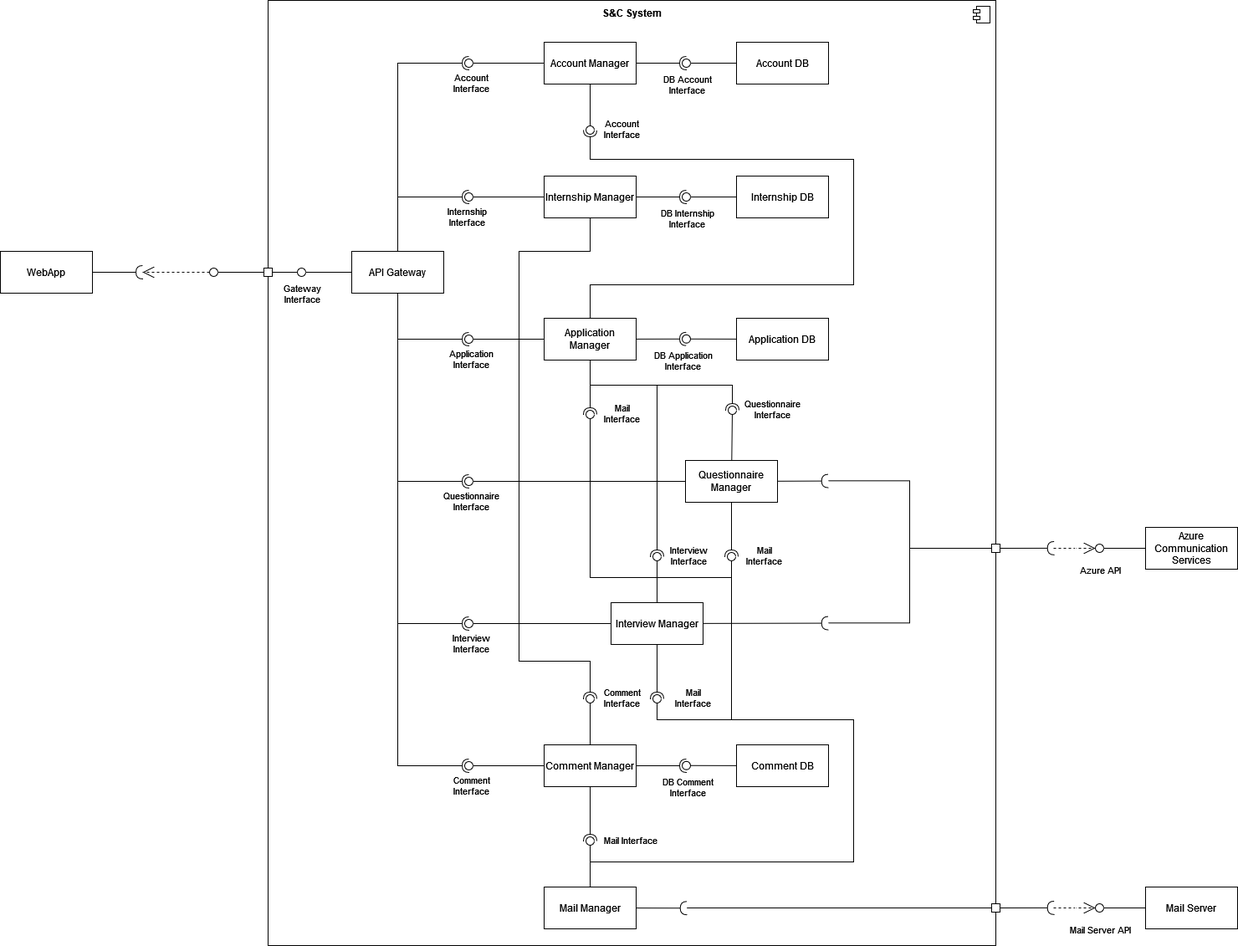
Before: wip/Figures/Component_Diagram.png, a diagram exported from draw.io (ale-polimi/soft-eng-2-Travaini). Source tidied: cells renumbered, new cells last; positions are measured from the earlier drawing's top-left corner, leaving out a move shared by most shapes.
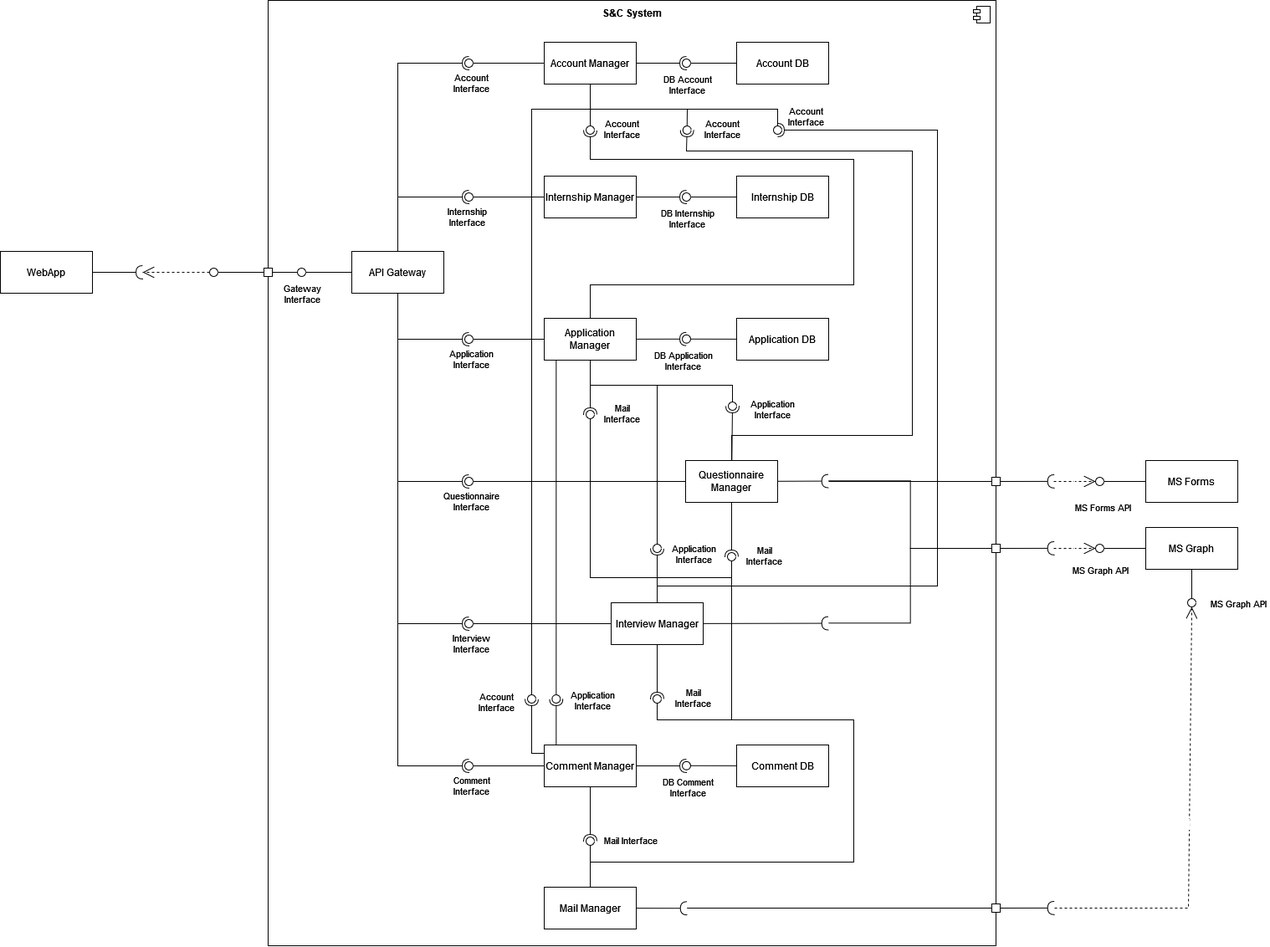
Later version of the same file.

Diff of the diagram source:
```diff
@@ -236,9 +236,6 @@
         <mxPoint x="2" y="-2" as="offset" />
       </mxGeometry>
     </mxCell>
-    <mxCell id="61" value="Mail Server" style="html=1;whiteSpace=wrap;" parent="1" vertex="1">
-      <mxGeometry x="1369" y="1060" width="110" height="50" as="geometry" />
-    </mxCell>
     <mxCell id="62" style="rounded=0;jettySize=auto;html=1;endArrow=none;endFill=0;sketch=0;sourcePerimeterSpacing=0;targetPerimeterSpacing=0;endSize=10;" parent="1" edge="1" source="64">
       <mxGeometry relative="1" as="geometry">
         <mxPoint x="820.7" y="1085" as="targetPoint" />
@@ -257,22 +254,16 @@
         <mxPoint x="1259.7" y="1084.9" as="targetPoint" />
       </mxGeometry>
     </mxCell>
-    <mxCell id="66" style="rounded=0;jettySize=auto;html=1;endArrow=oval;endFill=0;sketch=0;sourcePerimeterSpacing=0;targetPerimeterSpacing=0;endSize=10;" parent="1" edge="1" source="61" target="67">
-      <mxGeometry relative="1" as="geometry" />
-    </mxCell>
-    <mxCell id="67" style="ellipse;whiteSpace=wrap;html=1;align=center;fillColor=none;strokeColor=none;perimeter=centerPerimeter;points=[];outlineConnect=1;" parent="1" vertex="1">
-      <mxGeometry x="1309" y="1080" width="10" height="10" as="geometry" />
-    </mxCell>
-    <mxCell id="68" value="&lt;div&gt;&lt;br&gt;&lt;/div&gt;" style="endArrow=open;endSize=12;dashed=1;html=1;rounded=0;" parent="1" edge="1">
+    <mxCell id="68" value="&lt;div&gt;&lt;br&gt;&lt;/div&gt;" style="endArrow=open;endSize=12;dashed=1;html=1;rounded=0;entryX=0.537;entryY=0.976;entryDx=0;entryDy=0;entryPerimeter=0;" parent="1" edge="1">
       <mxGeometry relative="1" as="geometry">
-        <mxPoint x="1259" y="1085" as="sourcePoint" />
-        <mxPoint x="1309" y="1085" as="targetPoint" />
+        <mxPoint x="1260" y="1085" as="sourcePoint" />
+        <mxPoint x="1424" y="725" as="targetPoint" />
+        <Array as="points">
+          <mxPoint x="1420" y="1085" />
+        </Array>
       </mxGeometry>
     </mxCell>
-    <mxCell id="69" value="Mail Server API" style="edgeLabel;html=1;align=center;verticalAlign=middle;" parent="1" vertex="1">
-      <mxGeometry x="1314" y="1110" as="geometry" />
-    </mxCell>
-    <mxCell id="70" value="Azure Communication Services" style="html=1;whiteSpace=wrap;" parent="1" vertex="1">
+    <mxCell id="70" value="MS Graph" style="html=1;whiteSpace=wrap;" parent="1" vertex="1">
       <mxGeometry x="1369" y="630" width="110" height="50" as="geometry" />
     </mxCell>
     <mxCell id="71" style="whiteSpace=wrap;html=1;" parent="1" vertex="1">
@@ -295,7 +286,7 @@
         <mxPoint x="1309" y="655" as="targetPoint" />
       </mxGeometry>
     </mxCell>
-    <mxCell id="76" value="Azure API" style="edgeLabel;html=1;align=center;verticalAlign=middle;" parent="1" vertex="1">
+    <mxCell id="76" value="MS Graph API" style="edgeLabel;html=1;align=center;verticalAlign=middle;" parent="1" vertex="1">
       <mxGeometry x="1314" y="680" as="geometry" />
     </mxCell>
     <mxCell id="77" style="rounded=0;jettySize=auto;html=1;endArrow=none;endFill=0;sketch=0;sourcePerimeterSpacing=0;targetPerimeterSpacing=0;endSize=10;exitX=0;exitY=0.5;exitDx=0;exitDy=0;edgeStyle=elbowEdgeStyle;" parent="1" edge="1" source="71">
@@ -318,66 +309,25 @@
         <mxPoint x="989.7" y="744.6" as="targetPoint" />
       </mxGeometry>
     </mxCell>
-    <mxCell id="81" style="rounded=0;jettySize=auto;html=1;endArrow=halfCircle;endFill=0;endSize=6;strokeWidth=1;sketch=0;" parent="1" edge="1" source="10" target="83">
-      <mxGeometry relative="1" as="geometry">
-        <Array as="points">
-          <mxPoint x="705" y="460" />
-          <mxPoint x="875" y="460" />
-        </Array>
-      </mxGeometry>
-    </mxCell>
-    <mxCell id="82" style="rounded=0;jettySize=auto;html=1;endArrow=oval;endFill=0;sketch=0;sourcePerimeterSpacing=0;targetPerimeterSpacing=0;endSize=10;" parent="1" edge="1" source="43" target="83">
-      <mxGeometry relative="1" as="geometry" />
-    </mxCell>
     <mxCell id="83" style="ellipse;whiteSpace=wrap;html=1;align=center;fillColor=none;strokeColor=none;perimeter=centerPerimeter;points=[];outlineConnect=1;" parent="1" vertex="1">
       <mxGeometry x="870" y="485" width="10" height="10" as="geometry" />
     </mxCell>
-    <mxCell id="84" value="&lt;div&gt;Questionnaire&lt;/div&gt;&lt;div&gt;Interface&lt;/div&gt;" style="edgeLabel;html=1;align=center;verticalAlign=middle;" parent="1" vertex="1">
+    <mxCell id="84" value="&lt;div&gt;Application&lt;/div&gt;&lt;div&gt;Interface&lt;br&gt;&lt;/div&gt;" style="edgeLabel;html=1;align=center;verticalAlign=middle;" parent="1" vertex="1">
       <mxGeometry x="920" y="490" as="geometry">
         <mxPoint x="2" y="-2" as="offset" />
       </mxGeometry>
     </mxCell>
-    <mxCell id="85" style="rounded=0;jettySize=auto;html=1;endArrow=halfCircle;endFill=0;endSize=6;strokeWidth=1;sketch=0;" parent="1" edge="1" source="10" target="87">
-      <mxGeometry relative="1" as="geometry">
-        <Array as="points">
-          <mxPoint x="705" y="460" />
-          <mxPoint x="785" y="460" />
-          <mxPoint x="785" y="620" />
-        </Array>
-      </mxGeometry>
-    </mxCell>
-    <mxCell id="86" style="rounded=0;jettySize=auto;html=1;endArrow=oval;endFill=0;sketch=0;sourcePerimeterSpacing=0;targetPerimeterSpacing=0;endSize=10;" parent="1" edge="1" source="44" target="87">
-      <mxGeometry relative="1" as="geometry" />
-    </mxCell>
     <mxCell id="87" style="ellipse;whiteSpace=wrap;html=1;align=center;fillColor=none;strokeColor=none;perimeter=centerPerimeter;points=[];outlineConnect=1;" parent="1" vertex="1">
       <mxGeometry x="780" y="660" width="10" height="10" as="geometry" />
     </mxCell>
-    <mxCell id="88" value="&lt;div&gt;Interview&lt;/div&gt;&lt;div&gt;Interface&lt;br&gt;&lt;/div&gt;" style="edgeLabel;html=1;align=center;verticalAlign=middle;" parent="1" vertex="1">
-      <mxGeometry x="820" y="665" as="geometry">
-        <mxPoint x="2" y="-2" as="offset" />
+    <mxCell id="88" value="&lt;div&gt;Application&lt;/div&gt;&lt;div&gt;Interface&lt;br&gt;&lt;/div&gt;" style="edgeLabel;html=1;align=center;verticalAlign=middle;" parent="1" vertex="1">
+      <mxGeometry x="825.7" y="665" as="geometry">
+        <mxPoint x="2" y="-4" as="offset" />
       </mxGeometry>
     </mxCell>
-    <mxCell id="89" style="rounded=0;jettySize=auto;html=1;endArrow=halfCircle;endFill=0;endSize=6;strokeWidth=1;sketch=0;" parent="1" edge="1" source="94" target="91">
-      <mxGeometry relative="1" as="geometry">
-        <Array as="points">
-          <mxPoint x="705" y="300" />
-          <mxPoint x="620" y="300" />
-          <mxPoint x="620" y="790" />
-          <mxPoint x="705" y="790" />
-        </Array>
-      </mxGeometry>
-    </mxCell>
-    <mxCell id="90" style="rounded=0;jettySize=auto;html=1;endArrow=oval;endFill=0;sketch=0;sourcePerimeterSpacing=0;targetPerimeterSpacing=0;endSize=10;" parent="1" edge="1" source="18" target="91">
-      <mxGeometry relative="1" as="geometry" />
-    </mxCell>
     <mxCell id="91" style="ellipse;whiteSpace=wrap;html=1;align=center;fillColor=none;strokeColor=none;perimeter=centerPerimeter;points=[];outlineConnect=1;" parent="1" vertex="1">
       <mxGeometry x="700" y="830" width="10" height="10" as="geometry" />
     </mxCell>
-    <mxCell id="92" value="&lt;div&gt;Comment&lt;/div&gt;&lt;div&gt;Interface&lt;br&gt;&lt;/div&gt;" style="edgeLabel;html=1;align=center;verticalAlign=middle;" parent="1" vertex="1">
-      <mxGeometry x="740" y="835" as="geometry">
-        <mxPoint x="2" y="-2" as="offset" />
-      </mxGeometry>
-    </mxCell>
     <mxCell id="93" value="Internship DB" style="html=1;whiteSpace=wrap;" parent="1" vertex="1">
       <mxGeometry x="880" y="210" width="110" height="50" as="geometry" />
     </mxCell>
@@ -527,5 +477,167 @@
         <mxPoint x="170" y="325" as="targetPoint" />
       </mxGeometry>
     </mxCell>
+    <mxCell id="125" style="rounded=0;jettySize=auto;html=1;endArrow=halfCircle;endFill=0;endSize=6;strokeWidth=1;sketch=0;" parent="1" edge="1" source="43" target="127">
+      <mxGeometry relative="1" as="geometry">
+        <Array as="points">
+          <mxPoint x="874" y="520" />
+          <mxPoint x="1090" y="520" />
+          <mxPoint x="1090" y="180" />
+          <mxPoint x="820" y="180" />
+        </Array>
+      </mxGeometry>
+    </mxCell>
+    <mxCell id="126" style="rounded=0;jettySize=auto;html=1;endArrow=oval;endFill=0;sketch=0;sourcePerimeterSpacing=0;targetPerimeterSpacing=0;endSize=10;" parent="1" edge="1" source="9" target="127">
+      <mxGeometry relative="1" as="geometry">
+        <Array as="points">
+          <mxPoint x="705" y="130" />
+          <mxPoint x="821" y="130" />
+        </Array>
+      </mxGeometry>
+    </mxCell>
+    <mxCell id="127" style="ellipse;whiteSpace=wrap;html=1;align=center;fillColor=none;strokeColor=none;perimeter=centerPerimeter;points=[];outlineConnect=1;" parent="1" vertex="1">
+      <mxGeometry x="815.7" y="150" width="10" height="10" as="geometry" />
+    </mxCell>
+    <mxCell id="128" value="&lt;div&gt;Account&lt;/div&gt;&lt;div&gt;Interface&lt;br&gt;&lt;/div&gt;" style="edgeLabel;html=1;align=center;verticalAlign=middle;" parent="1" vertex="1">
+      <mxGeometry x="860" y="155" as="geometry">
+        <mxPoint x="2" y="-2" as="offset" />
+      </mxGeometry>
+    </mxCell>
+    <mxCell id="129" value="MS Forms " style="html=1;whiteSpace=wrap;" parent="1" vertex="1">
+      <mxGeometry x="1369" y="550" width="110" height="50" as="geometry" />
+    </mxCell>
+    <mxCell id="130" style="whiteSpace=wrap;html=1;" parent="1" vertex="1">
+      <mxGeometry x="1185" y="570" width="10" height="10" as="geometry" />
+    </mxCell>
+    <mxCell id="131" style="rounded=0;jettySize=auto;html=1;endArrow=halfCircle;endFill=0;endSize=6;strokeWidth=1;sketch=0;fontSize=12;curved=1;exitX=1;exitY=0.5;exitDx=0;exitDy=0;" parent="1" edge="1" source="130">
+      <mxGeometry relative="1" as="geometry">
+        <mxPoint x="1259.7" y="574.9" as="targetPoint" />
+      </mxGeometry>
+    </mxCell>
+    <mxCell id="132" style="rounded=0;jettySize=auto;html=1;endArrow=oval;endFill=0;sketch=0;sourcePerimeterSpacing=0;targetPerimeterSpacing=0;endSize=10;" parent="1" edge="1" source="129" target="133">
+      <mxGeometry relative="1" as="geometry" />
+    </mxCell>
+    <mxCell id="133" style="ellipse;whiteSpace=wrap;html=1;align=center;fillColor=none;strokeColor=none;perimeter=centerPerimeter;points=[];outlineConnect=1;" parent="1" vertex="1">
+      <mxGeometry x="1309" y="570" width="10" height="10" as="geometry" />
+    </mxCell>
+    <mxCell id="134" value="&lt;div&gt;&lt;br&gt;&lt;/div&gt;" style="endArrow=open;endSize=12;dashed=1;html=1;rounded=0;" parent="1" edge="1">
+      <mxGeometry relative="1" as="geometry">
+        <mxPoint x="1259" y="575" as="sourcePoint" />
+        <mxPoint x="1309" y="575" as="targetPoint" />
+      </mxGeometry>
+    </mxCell>
+    <mxCell id="135" value="MS Forms API" style="edgeLabel;html=1;align=center;verticalAlign=middle;" parent="1" vertex="1">
+      <mxGeometry x="1314" y="600" as="geometry">
+        <mxPoint x="3" y="5" as="offset" />
+      </mxGeometry>
+    </mxCell>
+    <mxCell id="136" style="rounded=0;jettySize=auto;html=1;endArrow=none;endFill=0;sketch=0;sourcePerimeterSpacing=0;targetPerimeterSpacing=0;endSize=10;edgeStyle=elbowEdgeStyle;exitX=0;exitY=0.5;exitDx=0;exitDy=0;" parent="1" edge="1" source="130">
+      <mxGeometry relative="1" as="geometry">
+        <mxPoint x="990" y="575" as="targetPoint" />
+      </mxGeometry>
+    </mxCell>
+    <mxCell id="137" style="rounded=0;jettySize=auto;html=1;endArrow=oval;endFill=0;sketch=0;sourcePerimeterSpacing=0;targetPerimeterSpacing=0;endSize=10;" parent="1" edge="1" source="70">
+      <mxGeometry relative="1" as="geometry">
+        <mxPoint x="1424" y="720" as="targetPoint" />
+      </mxGeometry>
+    </mxCell>
+    <mxCell id="138" style="ellipse;whiteSpace=wrap;html=1;align=center;fillColor=none;strokeColor=none;perimeter=centerPerimeter;" parent="1" vertex="1">
+      <mxGeometry x="1319" y="660" width="10" height="10" as="geometry" />
+    </mxCell>
+    <mxCell id="139" value="MS Graph API" style="edgeLabel;html=1;align=center;verticalAlign=middle;" parent="1" vertex="1">
+      <mxGeometry x="1479" y="720" as="geometry" />
+    </mxCell>
+    <mxCell id="140" style="ellipse;whiteSpace=wrap;html=1;align=center;fillColor=none;strokeColor=none;perimeter=centerPerimeter;" parent="1" vertex="1">
+      <mxGeometry x="1419" y="715" width="10" height="10" as="geometry" />
+    </mxCell>
+    <mxCell id="141" style="rounded=0;jettySize=auto;html=1;endArrow=halfCircle;endFill=0;endSize=6;strokeWidth=1;sketch=0;" parent="1" edge="1" source="44" target="143">
+      <mxGeometry relative="1" as="geometry">
+        <Array as="points">
+          <mxPoint x="785" y="700" />
+          <mxPoint x="1120" y="700" />
+          <mxPoint x="1120" y="155" />
+        </Array>
+      </mxGeometry>
+    </mxCell>
+    <mxCell id="142" style="rounded=0;jettySize=auto;html=1;endArrow=oval;endFill=0;sketch=0;sourcePerimeterSpacing=0;targetPerimeterSpacing=0;endSize=10;" parent="1" edge="1" source="9" target="143">
+      <mxGeometry relative="1" as="geometry">
+        <Array as="points">
+          <mxPoint x="705" y="130" />
+          <mxPoint x="929" y="130" />
+        </Array>
+      </mxGeometry>
+    </mxCell>
+    <mxCell id="143" style="ellipse;whiteSpace=wrap;html=1;align=center;fillColor=none;strokeColor=none;perimeter=centerPerimeter;points=[];outlineConnect=1;" parent="1" vertex="1">
+      <mxGeometry x="924" y="150" width="10" height="10" as="geometry" />
+    </mxCell>
+    <mxCell id="144" value="&lt;div&gt;Account&lt;/div&gt;&lt;div&gt;Interface&lt;br&gt;&lt;/div&gt;" style="edgeLabel;html=1;align=center;verticalAlign=middle;" parent="1" vertex="1">
+      <mxGeometry x="960" y="140" as="geometry">
+        <mxPoint x="2" y="-2" as="offset" />
+      </mxGeometry>
+    </mxCell>
+    <mxCell id="145" style="rounded=0;jettySize=auto;html=1;endArrow=halfCircle;endFill=0;endSize=6;strokeWidth=1;sketch=0;" parent="1" edge="1" source="44" target="147">
+      <mxGeometry relative="1" as="geometry" />
+    </mxCell>
+    <mxCell id="146" style="rounded=0;jettySize=auto;html=1;endArrow=oval;endFill=0;sketch=0;sourcePerimeterSpacing=0;targetPerimeterSpacing=0;endSize=10;" parent="1" edge="1" source="10" target="147">
+      <mxGeometry relative="1" as="geometry">
+        <Array as="points">
+          <mxPoint x="705" y="460" />
+          <mxPoint x="785" y="460" />
+        </Array>
+      </mxGeometry>
+    </mxCell>
+    <mxCell id="147" style="ellipse;whiteSpace=wrap;html=1;align=center;fillColor=none;strokeColor=none;perimeter=centerPerimeter;points=[];outlineConnect=1;" parent="1" vertex="1">
+      <mxGeometry x="780" y="650" width="10" height="10" as="geometry" />
+    </mxCell>
+    <mxCell id="148" style="rounded=0;jettySize=auto;html=1;endArrow=halfCircle;endFill=0;endSize=6;strokeWidth=1;sketch=0;" parent="1" edge="1" source="43" target="150">
+      <mxGeometry relative="1" as="geometry" />
+    </mxCell>
+    <mxCell id="149" style="rounded=0;jettySize=auto;html=1;endArrow=oval;endFill=0;sketch=0;sourcePerimeterSpacing=0;targetPerimeterSpacing=0;endSize=10;" parent="1" edge="1" source="10" target="150">
+      <mxGeometry relative="1" as="geometry">
+        <Array as="points">
+          <mxPoint x="705" y="460" />
+          <mxPoint x="875" y="460" />
+        </Array>
+      </mxGeometry>
+    </mxCell>
+    <mxCell id="150" style="ellipse;whiteSpace=wrap;html=1;align=center;fillColor=none;strokeColor=none;perimeter=centerPerimeter;points=[];outlineConnect=1;" parent="1" vertex="1">
+      <mxGeometry x="870" y="480" width="10" height="10" as="geometry" />
+    </mxCell>
+    <mxCell id="151" style="rounded=0;jettySize=auto;html=1;endArrow=halfCircle;endFill=0;endSize=6;strokeWidth=1;sketch=0;edgeStyle=elbowEdgeStyle;" parent="1" edge="1" source="18" target="153">
+      <mxGeometry relative="1" as="geometry" />
+    </mxCell>
+    <mxCell id="152" style="rounded=0;jettySize=auto;html=1;endArrow=oval;endFill=0;sketch=0;sourcePerimeterSpacing=0;targetPerimeterSpacing=0;endSize=10;edgeStyle=elbowEdgeStyle;" parent="1" edge="1" source="10" target="153">
+      <mxGeometry relative="1" as="geometry" />
+    </mxCell>
+    <mxCell id="153" style="ellipse;whiteSpace=wrap;html=1;align=center;fillColor=none;strokeColor=none;perimeter=centerPerimeter;points=[];outlineConnect=1;" parent="1" vertex="1">
+      <mxGeometry x="660" y="830" width="10" height="10" as="geometry" />
+    </mxCell>
+    <mxCell id="154" value="&lt;div&gt;Application&lt;/div&gt;&lt;div&gt;Interface&lt;br&gt;&lt;/div&gt;" style="edgeLabel;html=1;align=center;verticalAlign=middle;" parent="1" vertex="1">
+      <mxGeometry x="705" y="840" as="geometry">
+        <mxPoint x="2" y="-4" as="offset" />
+      </mxGeometry>
+    </mxCell>
+    <mxCell id="155" style="rounded=0;jettySize=auto;html=1;endArrow=halfCircle;endFill=0;endSize=6;strokeWidth=1;sketch=0;edgeStyle=elbowEdgeStyle;elbow=vertical;" parent="1" edge="1" source="18" target="157">
+      <mxGeometry relative="1" as="geometry">
+        <Array as="points">
+          <mxPoint x="670" y="900" />
+        </Array>
+      </mxGeometry>
+    </mxCell>
+    <mxCell id="156" style="rounded=0;jettySize=auto;html=1;endArrow=oval;endFill=0;sketch=0;sourcePerimeterSpacing=0;targetPerimeterSpacing=0;endSize=10;edgeStyle=elbowEdgeStyle;elbow=vertical;" parent="1" edge="1" source="9" target="157">
+      <mxGeometry relative="1" as="geometry">
+        <Array as="points">
+          <mxPoint x="705" y="130" />
+        </Array>
+      </mxGeometry>
+    </mxCell>
+    <mxCell id="157" style="ellipse;whiteSpace=wrap;html=1;align=center;fillColor=none;strokeColor=none;perimeter=centerPerimeter;points=[];outlineConnect=1;" parent="1" vertex="1">
+      <mxGeometry x="630" y="830" width="10" height="10" as="geometry" />
+    </mxCell>
+    <mxCell id="158" value="&lt;div&gt;Account&lt;/div&gt;&lt;div&gt;Interface&lt;br&gt;&lt;/div&gt;" style="edgeLabel;html=1;align=center;verticalAlign=middle;" parent="1" vertex="1">
+      <mxGeometry x="590" y="840" as="geometry">
+        <mxPoint x="2" y="-2" as="offset" />
+      </mxGeometry>
+    </mxCell>
   </root>
 </mxGraphModel>
```
